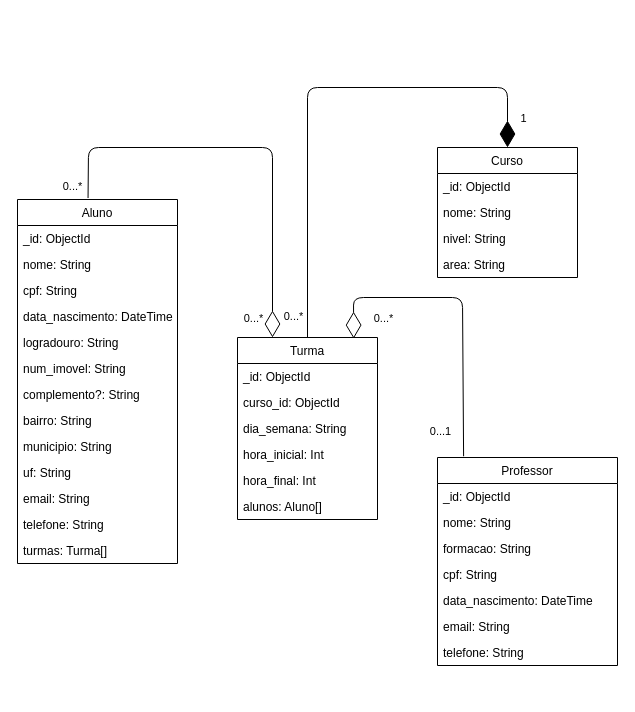
Earlier version of the draw.io diagram docs/modelagem-db.drawio (dudamdev/bd-n-o-relacional). Source tidied: cells renumbered, new cells numbered last; positions are measured from the earlier drawing's top-left corner, leaving out a move shared by most shapes. Both pictures are drawn from the tidied source at 100%, with x=0, y=0 at pixel (17, 87).
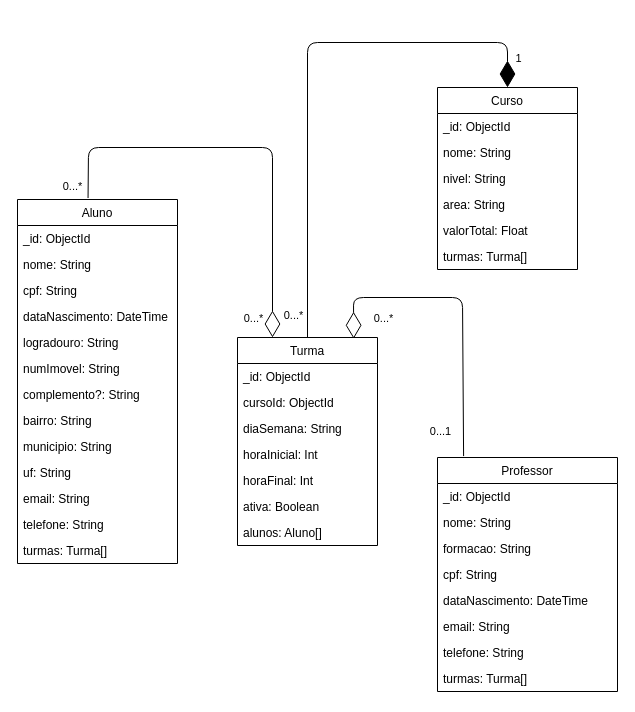
The same diagram, later.

Unchanged cells that the change refers to:
```xml
<mxCell id="2" value="Aluno" style="swimlane;fontStyle=0;horizontal=1;startSize=26;fillColor=none;" parent="1" vertex="1">
  <mxGeometry y="112" width="160" height="364" as="geometry" />
</mxCell>
```

What changed in the source:
```diff
@@
-    <mxCell id="6" value="data_nascimento: DateTime" style="text;strokeColor=none;fillColor=none;align=left;verticalAlign=top;spacingLeft=4;spacingRight=4;overflow=hidden;" parent="2" vertex="1">
+    <mxCell id="6" value="dataNascimento: DateTime" style="text;strokeColor=none;fillColor=none;align=left;verticalAlign=top;spacingLeft=4;spacingRight=4;overflow=hidden;" parent="2" vertex="1">
       <mxGeometry y="104" width="160" height="26" as="geometry" />
     </mxCell>
@@
-    <mxCell id="8" value="num_imovel: String" style="text;strokeColor=none;fillColor=none;align=left;verticalAlign=top;spacingLeft=4;spacingRight=4;overflow=hidden;" parent="2" vertex="1">
+    <mxCell id="8" value="numImovel: String" style="text;strokeColor=none;fillColor=none;align=left;verticalAlign=top;spacingLeft=4;spacingRight=4;overflow=hidden;" parent="2" vertex="1">
       <mxGeometry y="156" width="160" height="26" as="geometry" />
     </mxCell>
@@
     <mxCell id="16" value="Professor" style="swimlane;fontStyle=0;horizontal=1;startSize=26;fillColor=none;" parent="1" vertex="1">
-      <mxGeometry x="420" y="370" width="180" height="208" as="geometry" />
+      <mxGeometry x="420" y="370" width="180" height="234" as="geometry" />
     </mxCell>
@@
-    <mxCell id="21" value="data_nascimento: DateTime" style="text;strokeColor=none;fillColor=none;align=left;verticalAlign=top;spacingLeft=4;spacingRight=4;overflow=hidden;" parent="16" vertex="1">
+    <mxCell id="21" value="dataNascimento: DateTime" style="text;strokeColor=none;fillColor=none;align=left;verticalAlign=top;spacingLeft=4;spacingRight=4;overflow=hidden;" parent="16" vertex="1">
       <mxGeometry y="130" width="180" height="26" as="geometry" />
     </mxCell>
@@
+    <mxCell id="45" value="turmas: Turma[]" style="text;strokeColor=none;fillColor=none;align=left;verticalAlign=top;spacingLeft=4;spacingRight=4;overflow=hidden;" parent="16" vertex="1">
+      <mxGeometry y="208" width="180" height="26" as="geometry" />
+    </mxCell>
     <mxCell id="24" value="Turma" style="swimlane;fontStyle=0;horizontal=1;startSize=26;fillColor=none;" parent="1" vertex="1">
-      <mxGeometry x="220" y="250" width="140" height="182" as="geometry" />
+      <mxGeometry x="220" y="250" width="140" height="208" as="geometry" />
     </mxCell>
@@
-    <mxCell id="26" value="curso_id: ObjectId" style="text;strokeColor=none;fillColor=none;align=left;verticalAlign=top;spacingLeft=4;spacingRight=4;overflow=hidden;" parent="24" vertex="1">
+    <mxCell id="26" value="cursoId: ObjectId" style="text;strokeColor=none;fillColor=none;align=left;verticalAlign=top;spacingLeft=4;spacingRight=4;overflow=hidden;" parent="24" vertex="1">
       <mxGeometry y="52" width="140" height="26" as="geometry" />
     </mxCell>
-    <mxCell id="27" value="dia_semana: String" style="text;strokeColor=none;fillColor=none;align=left;verticalAlign=top;spacingLeft=4;spacingRight=4;overflow=hidden;" parent="24" vertex="1">
+    <mxCell id="27" value="diaSemana: String" style="text;strokeColor=none;fillColor=none;align=left;verticalAlign=top;spacingLeft=4;spacingRight=4;overflow=hidden;" parent="24" vertex="1">
       <mxGeometry y="78" width="140" height="26" as="geometry" />
     </mxCell>
-    <mxCell id="28" value="hora_inicial: Int" style="text;strokeColor=none;fillColor=none;align=left;verticalAlign=top;spacingLeft=4;spacingRight=4;overflow=hidden;" parent="24" vertex="1">
+    <mxCell id="28" value="horaInicial: Int" style="text;strokeColor=none;fillColor=none;align=left;verticalAlign=top;spacingLeft=4;spacingRight=4;overflow=hidden;" parent="24" vertex="1">
       <mxGeometry y="104" width="140" height="26" as="geometry" />
     </mxCell>
-    <mxCell id="29" value="hora_final: Int" style="text;strokeColor=none;fillColor=none;align=left;verticalAlign=top;spacingLeft=4;spacingRight=4;overflow=hidden;" parent="24" vertex="1">
+    <mxCell id="29" value="horaFinal: Int" style="text;strokeColor=none;fillColor=none;align=left;verticalAlign=top;spacingLeft=4;spacingRight=4;overflow=hidden;" parent="24" vertex="1">
       <mxGeometry y="130" width="140" height="26" as="geometry" />
     </mxCell>
-    <mxCell id="30" value="alunos: Aluno[]" style="text;strokeColor=none;fillColor=none;align=left;verticalAlign=top;spacingLeft=4;spacingRight=4;overflow=hidden;" parent="24" vertex="1">
+    <mxCell id="30" value="ativa: Boolean" style="text;strokeColor=none;fillColor=none;align=left;verticalAlign=top;spacingLeft=4;spacingRight=4;overflow=hidden;" parent="24" vertex="1">
       <mxGeometry y="156" width="140" height="26" as="geometry" />
     </mxCell>
+    <mxCell id="46" value="alunos: Aluno[]" style="text;strokeColor=none;fillColor=none;align=left;verticalAlign=top;spacingLeft=4;spacingRight=4;overflow=hidden;" parent="24" vertex="1">
+      <mxGeometry y="182" width="140" height="26" as="geometry" />
+    </mxCell>
     <mxCell id="31" value="Curso" style="swimlane;fontStyle=0;horizontal=1;startSize=26;fillColor=none;" parent="1" vertex="1">
-      <mxGeometry x="420" y="60" width="140" height="130" as="geometry" />
+      <mxGeometry x="420" width="140" height="182" as="geometry" />
     </mxCell>
@@
+    <mxCell id="47" value="valorTotal: Float" style="text;strokeColor=none;fillColor=none;align=left;verticalAlign=top;spacingLeft=4;spacingRight=4;overflow=hidden;" parent="31" vertex="1">
+      <mxGeometry y="130" width="140" height="26" as="geometry" />
+    </mxCell>
+    <mxCell id="48" value="turmas: Turma[]" style="text;strokeColor=none;fillColor=none;align=left;verticalAlign=top;spacingLeft=4;spacingRight=4;overflow=hidden;" parent="31" vertex="1">
+      <mxGeometry y="156" width="140" height="26" as="geometry" />
+    </mxCell>
     <mxCell id="36" style="endArrow=diamondThin;endFill=1;endSize=24;html=1;entryX=0.5;entryY=0;entryDx=0;entryDy=0;exitX=0.5;exitY=0;exitDx=0;exitDy=0;" parent="1" edge="1" source="24" target="31">
       <mxGeometry relative="1" as="geometry">
         <Array as="points">
-          <mxPoint x="290" />
-          <mxPoint x="490" />
+          <mxPoint x="290" y="-45" />
+          <mxPoint x="490" y="-45" />
         </Array>
       </mxGeometry>
     </mxCell>
```
